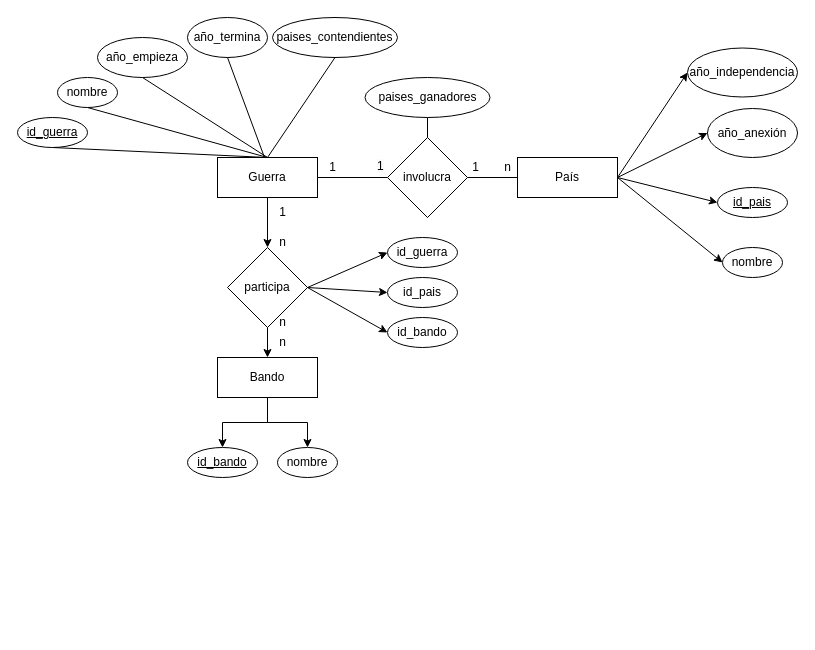
Above: ej4.drawio in adriii28/amr-tsys-C3U12-11102023 (draw.io), before the change. Source tidied: cells renumbered, new cells numbered last; positions are measured from the earlier drawing's top-left corner, leaving out a move shared by most shapes. Both pictures are drawn from the tidied source at 100%, with x=0, y=0 at pixel (17, 17).
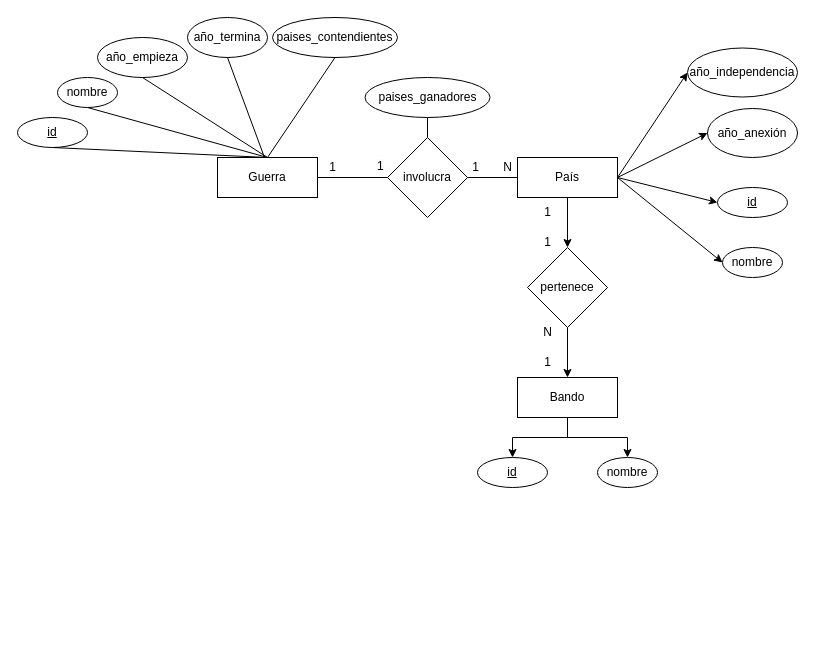
Above is the later version.

The change refers to these unchanged cells:
```xml
<mxCell id="3" value="Guerra" style="whiteSpace=wrap;html=1;align=center;" parent="1" vertex="1">
  <mxGeometry x="200" y="140" width="100" height="40" as="geometry" />
</mxCell>
<mxCell id="5" value="País" style="whiteSpace=wrap;html=1;align=center;" parent="1" vertex="1">
  <mxGeometry x="500" y="140" width="100" height="40" as="geometry" />
</mxCell>
```

The edit, as a diff of the source:
```diff
@@
-    <mxCell id="2" style="edgeStyle=orthogonalEdgeStyle;rounded=0;jettySize=auto;html=1;entryX=0.5;entryY=0;entryDx=0;entryDy=0;" parent="1" edge="1" source="3" target="20">
+    <mxCell id="2" style="edgeStyle=orthogonalEdgeStyle;rounded=0;jettySize=auto;html=1;entryX=0.5;entryY=0;entryDx=0;entryDy=0;exitX=0.5;exitY=1;exitDx=0;exitDy=0;" parent="1" edge="1" source="5" target="20">
       <mxGeometry relative="1" as="geometry" />
     </mxCell>
@@
-    <mxCell id="7" value="&lt;u&gt;id_guerra&lt;/u&gt;" style="ellipse;whiteSpace=wrap;html=1;align=center;" parent="1" vertex="1">
+    <mxCell id="7" value="&lt;u&gt;id&lt;/u&gt;" style="ellipse;whiteSpace=wrap;html=1;align=center;" parent="1" vertex="1">
       <mxGeometry y="100" width="70" height="30" as="geometry" />
     </mxCell>
@@
-    <mxCell id="19" style="rounded=0;jettySize=auto;html=1;exitX=1;exitY=0.5;exitDx=0;exitDy=0;entryX=0;entryY=0.5;entryDx=0;entryDy=0;" parent="1" edge="1" source="20" target="37">
-      <mxGeometry relative="1" as="geometry" />
-    </mxCell>
-    <mxCell id="20" value="participa" style="rhombus;whiteSpace=wrap;html=1;" parent="1" vertex="1">
-      <mxGeometry x="210" y="230" width="80" height="80" as="geometry" />
+    <mxCell id="20" value="pertenece" style="rhombus;whiteSpace=wrap;html=1;" parent="1" vertex="1">
+      <mxGeometry x="510" y="230" width="80" height="80" as="geometry" />
     </mxCell>
-    <mxCell id="21" value="&lt;u&gt;id_pais&lt;/u&gt;" style="ellipse;whiteSpace=wrap;html=1;align=center;" parent="1" vertex="1">
+    <mxCell id="21" value="&lt;u&gt;id&lt;/u&gt;" style="ellipse;whiteSpace=wrap;html=1;align=center;" parent="1" vertex="1">
       <mxGeometry x="700" y="170" width="70" height="30" as="geometry" />
     </mxCell>
@@
-    <mxCell id="34" value="n" style="text;html=1;align=center;verticalAlign=middle;strokeColor=none;fillColor=none;" parent="1" vertex="1">
+    <mxCell id="34" value="N" style="text;html=1;align=center;verticalAlign=middle;strokeColor=none;fillColor=none;" parent="1" vertex="1">
       <mxGeometry x="475" y="135" width="30" height="30" as="geometry" />
     </mxCell>
@@
-    <mxCell id="37" value="id_guerra" style="ellipse;whiteSpace=wrap;html=1;align=center;" parent="1" vertex="1">
-      <mxGeometry x="370" y="220" width="70" height="30" as="geometry" />
-    </mxCell>
-    <mxCell id="38" value="id_pais" style="ellipse;whiteSpace=wrap;html=1;align=center;" parent="1" vertex="1">
-      <mxGeometry x="370" y="260" width="70" height="30" as="geometry" />
-    </mxCell>
@@
     <mxCell id="41" value="Bando" style="whiteSpace=wrap;html=1;align=center;" parent="1" vertex="1">
-      <mxGeometry x="200" y="340" width="100" height="40" as="geometry" />
+      <mxGeometry x="500" y="360" width="100" height="40" as="geometry" />
     </mxCell>
-    <mxCell id="42" value="&lt;u&gt;id_bando&lt;/u&gt;" style="ellipse;whiteSpace=wrap;html=1;align=center;" parent="1" vertex="1">
-      <mxGeometry x="170" y="430" width="70" height="30" as="geometry" />
+    <mxCell id="42" value="&lt;u&gt;id&lt;/u&gt;" style="ellipse;whiteSpace=wrap;html=1;align=center;" parent="1" vertex="1">
+      <mxGeometry x="460" y="440" width="70" height="30" as="geometry" />
     </mxCell>
     <mxCell id="43" value="nombre" style="ellipse;whiteSpace=wrap;html=1;align=center;" parent="1" vertex="1">
-      <mxGeometry x="260" y="430" width="60" height="30" as="geometry" />
+      <mxGeometry x="580" y="440" width="60" height="30" as="geometry" />
     </mxCell>
-    <mxCell id="44" value="n" style="text;html=1;align=center;verticalAlign=middle;strokeColor=none;fillColor=none;" parent="1" vertex="1">
-      <mxGeometry x="250" y="290" width="30" height="30" as="geometry" />
+    <mxCell id="44" value="1" style="text;html=1;align=center;verticalAlign=middle;strokeColor=none;fillColor=none;" parent="1" vertex="1">
+      <mxGeometry x="515" y="330" width="30" height="30" as="geometry" />
     </mxCell>
-    <mxCell id="45" value="n" style="text;html=1;align=center;verticalAlign=middle;strokeColor=none;fillColor=none;" parent="1" vertex="1">
-      <mxGeometry x="250" y="310" width="30" height="30" as="geometry" />
+    <mxCell id="45" value="N" style="text;html=1;align=center;verticalAlign=middle;strokeColor=none;fillColor=none;" parent="1" vertex="1">
+      <mxGeometry x="515" y="300" width="30" height="30" as="geometry" />
     </mxCell>
     <mxCell id="46" value="1" style="text;html=1;align=center;verticalAlign=middle;strokeColor=none;fillColor=none;" parent="1" vertex="1">
-      <mxGeometry x="250" y="180" width="30" height="30" as="geometry" />
+      <mxGeometry x="515" y="180" width="30" height="30" as="geometry" />
     </mxCell>
-    <mxCell id="47" value="n" style="text;html=1;align=center;verticalAlign=middle;strokeColor=none;fillColor=none;" parent="1" vertex="1">
-      <mxGeometry x="250" y="210" width="30" height="30" as="geometry" />
+    <mxCell id="47" value="1" style="text;html=1;align=center;verticalAlign=middle;strokeColor=none;fillColor=none;" parent="1" vertex="1">
+      <mxGeometry x="515" y="210" width="30" height="30" as="geometry" />
     </mxCell>
-    <mxCell id="48" style="rounded=0;jettySize=auto;html=1;exitX=1;exitY=0.5;exitDx=0;exitDy=0;entryX=0;entryY=0.5;entryDx=0;entryDy=0;" parent="1" edge="1" source="20" target="38">
-      <mxGeometry relative="1" as="geometry" />
-    </mxCell>
-    <mxCell id="49" style="rounded=0;jettySize=auto;html=1;exitX=1;exitY=0.5;exitDx=0;exitDy=0;entryX=0;entryY=0.5;entryDx=0;entryDy=0;" parent="1" edge="1" source="20" target="50">
-      <mxGeometry relative="1" as="geometry" />
-    </mxCell>
-    <mxCell id="50" value="id_bando" style="ellipse;whiteSpace=wrap;html=1;align=center;" parent="1" vertex="1">
-      <mxGeometry x="370" y="300" width="70" height="30" as="geometry" />
-    </mxCell>
```
